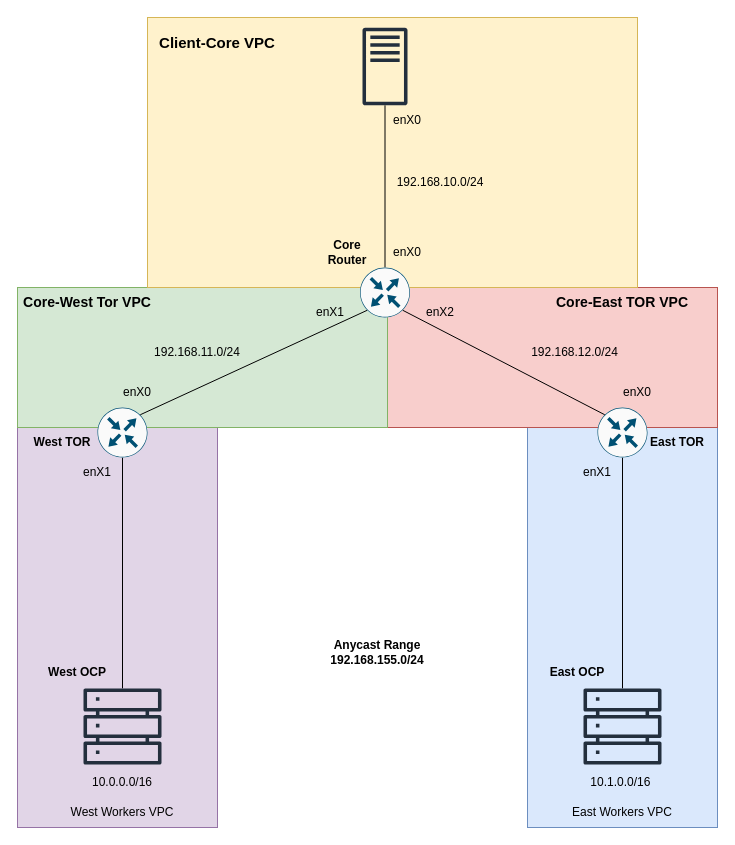
Earlier version of the draw.io diagram docs/network.drawio (validatedpatterns-sandbox/ingress-mesh-bgp). Source tidied: cells renumbered, new cells numbered last; positions are measured from the earlier drawing's top-left corner, leaving out a move shared by most shapes. Both pictures are drawn from the tidied source at 100%, with x=0, y=0 at pixel (17, 17).
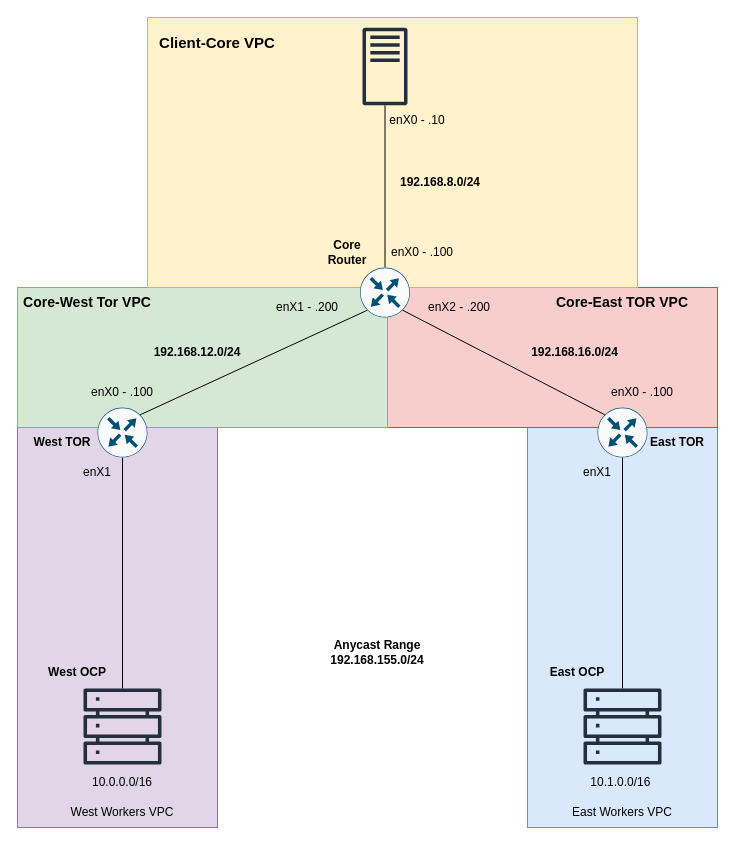
After the change.

Commit message (it also covers changes not shown here):
Fix some network diagram parts

What changed in the source:
```diff
@@
-    <mxCell id="17" value="enX0" style="text;html=1;whiteSpace=wrap;strokeColor=none;fillColor=none;align=center;verticalAlign=middle;rounded=0;" parent="1" vertex="1">
-      <mxGeometry x="360" y="220" width="60" height="30" as="geometry" />
+    <mxCell id="17" value="enX0 - .100" style="text;html=1;whiteSpace=wrap;strokeColor=none;fillColor=none;align=center;verticalAlign=middle;rounded=0;" parent="1" vertex="1">
+      <mxGeometry x="370" y="220" width="70" height="30" as="geometry" />
     </mxCell>
-    <mxCell id="18" value="enX0" style="text;html=1;whiteSpace=wrap;strokeColor=none;fillColor=none;align=center;verticalAlign=middle;rounded=0;" parent="1" vertex="1">
-      <mxGeometry x="360" y="88" width="60" height="30" as="geometry" />
+    <mxCell id="18" value="enX0 - .10" style="text;html=1;whiteSpace=wrap;strokeColor=none;fillColor=none;align=center;verticalAlign=middle;rounded=0;" parent="1" vertex="1">
+      <mxGeometry x="370" y="88" width="60" height="30" as="geometry" />
     </mxCell>
-    <mxCell id="19" value="&lt;div&gt;enX1&lt;/div&gt;" style="text;html=1;whiteSpace=wrap;strokeColor=none;fillColor=none;align=center;verticalAlign=middle;rounded=0;" parent="1" vertex="1">
-      <mxGeometry x="282.5" y="280" width="60" height="30" as="geometry" />
+    <mxCell id="19" value="&lt;div&gt;enX1&amp;nbsp;- .200&lt;/div&gt;" style="text;html=1;whiteSpace=wrap;strokeColor=none;fillColor=none;align=center;verticalAlign=middle;rounded=0;" parent="1" vertex="1">
+      <mxGeometry x="240" y="275" width="100" height="30" as="geometry" />
     </mxCell>
-    <mxCell id="20" value="&lt;div&gt;enX2&lt;/div&gt;" style="text;html=1;whiteSpace=wrap;strokeColor=none;fillColor=none;align=center;verticalAlign=middle;rounded=0;" parent="1" vertex="1">
-      <mxGeometry x="392.5" y="280" width="60" height="30" as="geometry" />
+    <mxCell id="20" value="&lt;div&gt;enX2&amp;nbsp;- .200&lt;/div&gt;" style="text;html=1;whiteSpace=wrap;strokeColor=none;fillColor=none;align=center;verticalAlign=middle;rounded=0;" parent="1" vertex="1">
+      <mxGeometry x="392.5" y="275" width="97.5" height="30" as="geometry" />
     </mxCell>
-    <mxCell id="21" value="&lt;div&gt;enX0&lt;/div&gt;" style="text;html=1;whiteSpace=wrap;strokeColor=none;fillColor=none;align=center;verticalAlign=middle;rounded=0;" parent="1" vertex="1">
-      <mxGeometry x="90" y="360" width="60" height="30" as="geometry" />
+    <mxCell id="21" value="&lt;div&gt;enX0 - .100&lt;/div&gt;" style="text;html=1;whiteSpace=wrap;strokeColor=none;fillColor=none;align=center;verticalAlign=middle;rounded=0;" parent="1" vertex="1">
+      <mxGeometry x="60" y="360" width="90" height="30" as="geometry" />
     </mxCell>
-    <mxCell id="22" value="enX0" style="text;html=1;whiteSpace=wrap;strokeColor=none;fillColor=none;align=center;verticalAlign=middle;rounded=0;" parent="1" vertex="1">
-      <mxGeometry x="590" y="360" width="60" height="30" as="geometry" />
+    <mxCell id="22" value="enX0 - .100" style="text;html=1;whiteSpace=wrap;strokeColor=none;fillColor=none;align=center;verticalAlign=middle;rounded=0;" parent="1" vertex="1">
+      <mxGeometry x="590" y="360" width="70" height="30" as="geometry" />
     </mxCell>
@@
-    <mxCell id="36" value="192.168.10.0/24" style="text;html=1;whiteSpace=wrap;strokeColor=none;fillColor=none;align=center;verticalAlign=middle;rounded=0;" parent="1" vertex="1">
+    <mxCell id="36" value="192.168.8.0/24" style="text;html=1;whiteSpace=wrap;strokeColor=none;fillColor=none;align=center;verticalAlign=middle;rounded=0;fontStyle=1;" parent="1" vertex="1">
       <mxGeometry x="377.5" y="150" width="90" height="30" as="geometry" />
     </mxCell>
-    <mxCell id="37" value="192.168.11.0/24" style="text;html=1;whiteSpace=wrap;strokeColor=none;fillColor=none;align=center;verticalAlign=middle;rounded=0;" parent="1" vertex="1">
+    <mxCell id="37" value="192.168.12.0/24" style="text;html=1;whiteSpace=wrap;strokeColor=none;fillColor=none;align=center;verticalAlign=middle;rounded=0;fontStyle=1;" parent="1" vertex="1">
       <mxGeometry x="130" y="320" width="100" height="30" as="geometry" />
     </mxCell>
-    <mxCell id="38" value="192.168.12.0/24" style="text;html=1;whiteSpace=wrap;strokeColor=none;fillColor=none;align=center;verticalAlign=middle;rounded=0;" parent="1" vertex="1">
+    <mxCell id="38" value="192.168.16.0/24" style="text;html=1;whiteSpace=wrap;strokeColor=none;fillColor=none;align=center;verticalAlign=middle;rounded=0;fontStyle=1;" parent="1" vertex="1">
       <mxGeometry x="495" y="320" width="125" height="30" as="geometry" />
     </mxCell>
```
